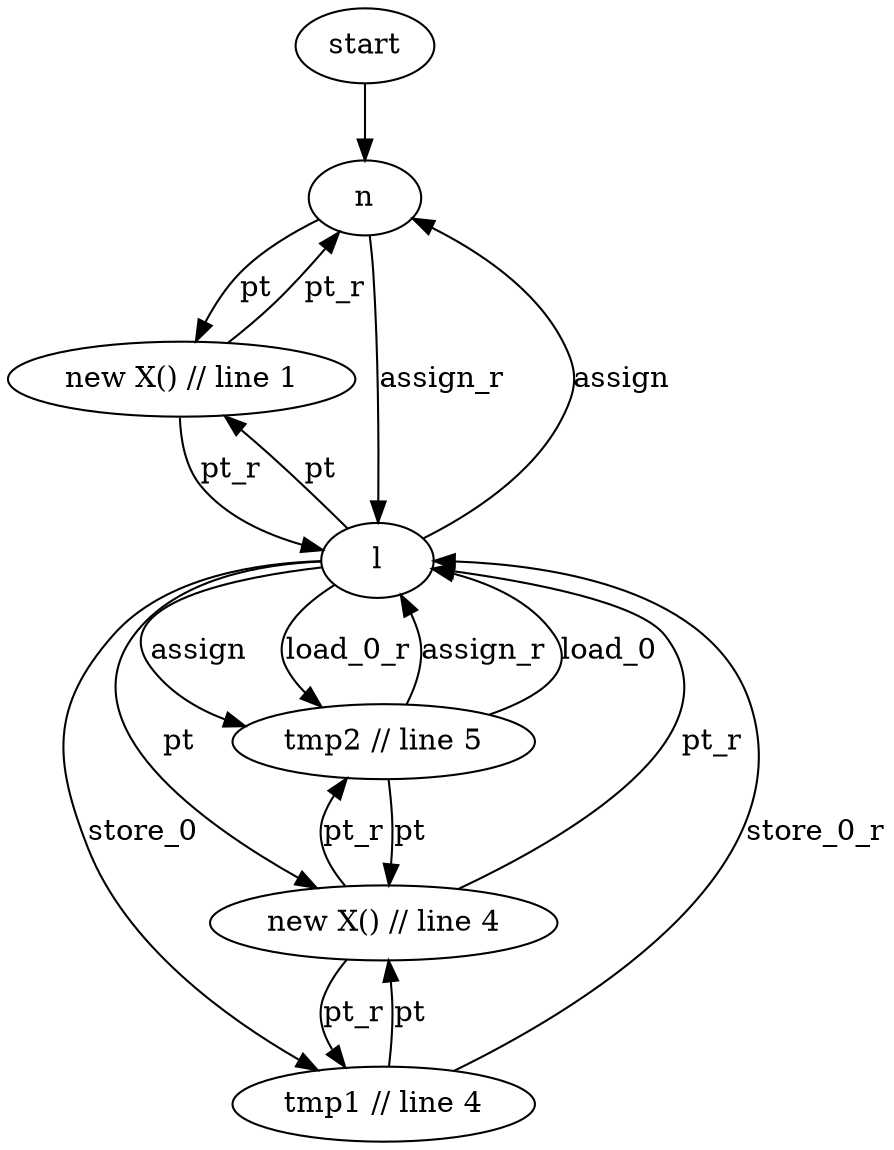
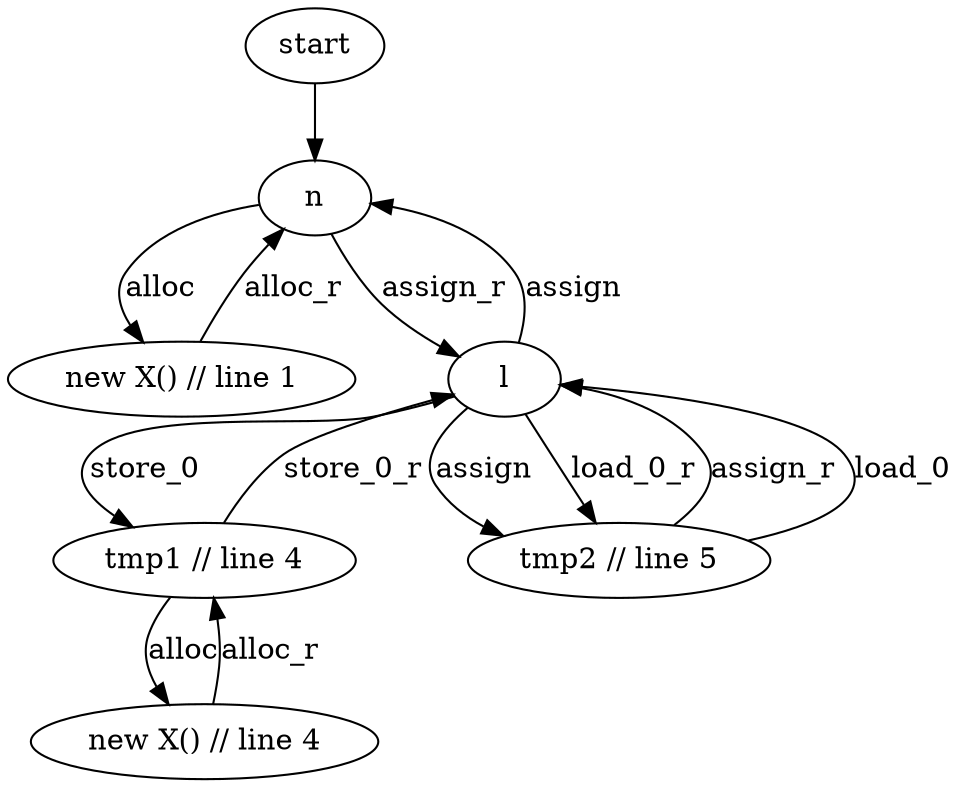
digraph {
    start -> 0;
-     0 -> 1 [label = "pt"];
-     1 -> 0 [label = "pt_r"];
+     0 -> 1 [label = "alloc"];
+     1 -> 0 [label = "alloc_r"];
    2 -> 0 [label = "assign"];
    0 -> 2 [label = "assign_r"];
-     2 -> 1 [label = "pt"];
-     1 -> 2 [label = "pt_r"];
    2 -> 3 [label = "store_0"];
    3 -> 2 [label = "store_0_r"];
-     3 -> 4 [label = "pt"];
-     4 -> 3 [label = "pt_r"];
+     3 -> 4 [label = "alloc"];
+     4 -> 3 [label = "alloc_r"];
    2 -> 5 [label = "assign"];
    5 -> 2 [label = "assign_r"];
    5 -> 2 [label = "load_0"];
    2 -> 5 [label = "load_0_r"];
-     2 -> 4 [label = "pt"];
-     4 -> 2 [label = "pt_r"];
-     5 -> 4 [label = "pt"];
-     4 -> 5 [label = "pt_r"];

    0[label = "n"]
    1[label = "new X() // line 1"]
    2[label = "l"]
    3[label = "tmp1 // line 4"]
    4[label = "new X() // line 4"]
    5[label = "tmp2 // line 5"]

}
